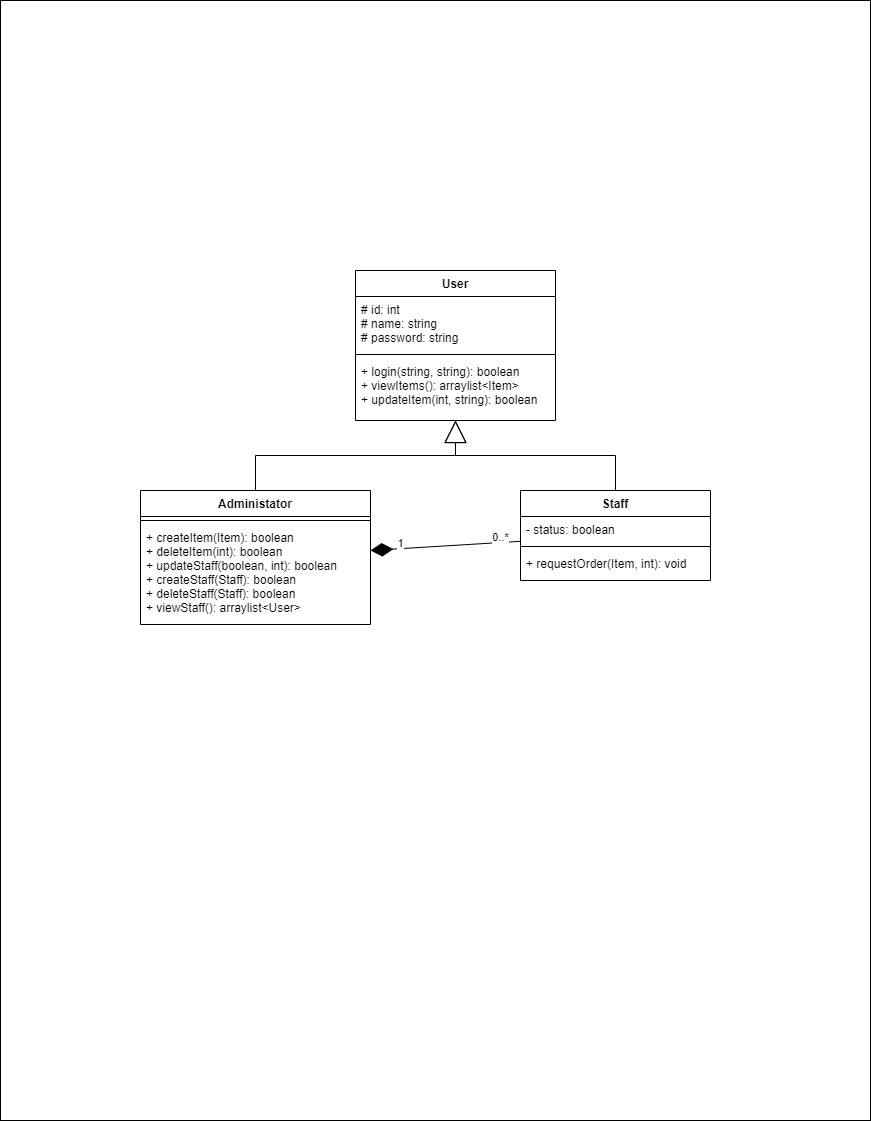
This is Diagrams/class-user.drawio.png from Jemikemi/Inventory-Sys-SENG-302, a draw.io export, as it was before one commit. Source tidied: cells renumbered, new cells last; positions are measured from the earlier drawing's top-left corner, leaving out a move shared by most shapes.
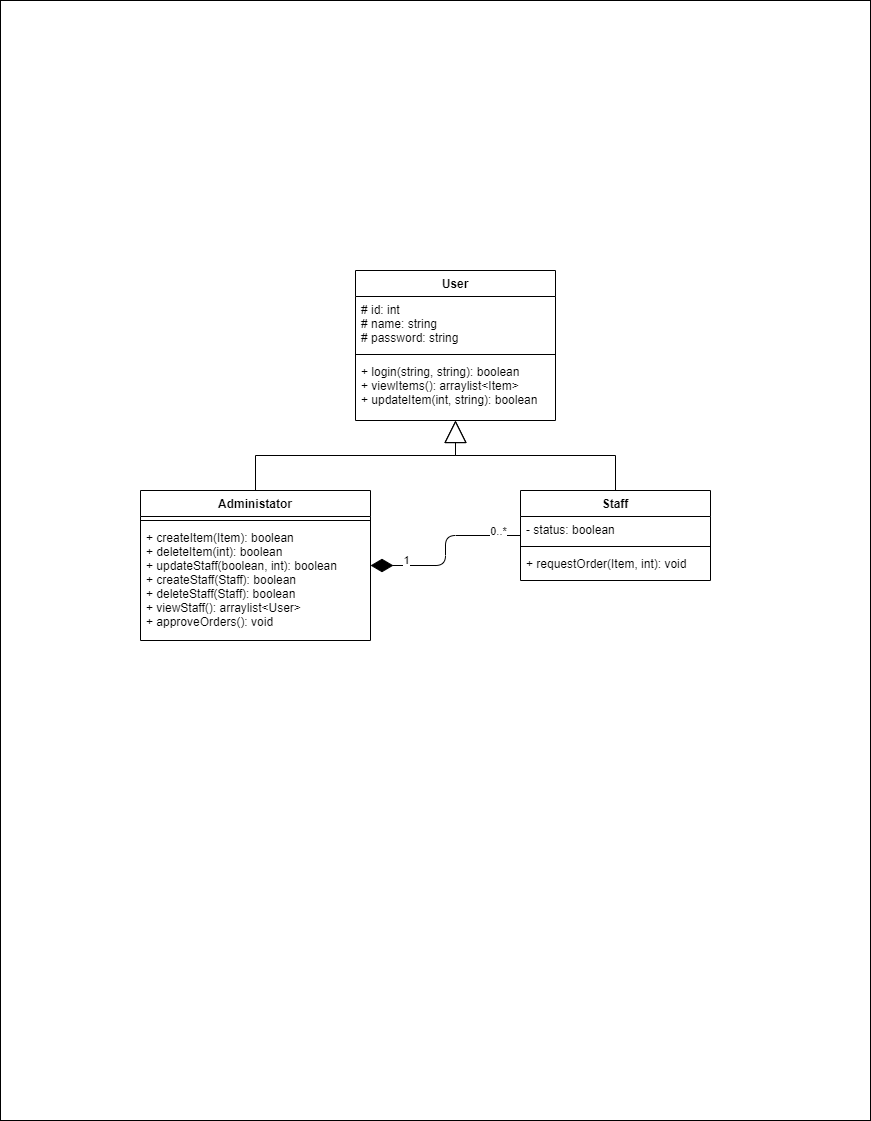
The same file after the commit.

Commit message:
updated admin class

The edit, as a diff of the source:
```diff
@@ -20,7 +20,7 @@
     <mxCell id="7" style="edgeStyle=orthogonalEdgeStyle;html=1;rounded=0;endArrow=block;endFill=0;endSize=20;" parent="1" edge="1" source="11" target="3">
       <mxGeometry relative="1" as="geometry" />
     </mxCell>
-    <mxCell id="8" style="edgeStyle=none;rounded=0;html=1;startArrow=diamondThin;startFill=1;endArrow=none;endFill=0;startSize=20;endSize=20;" parent="1" edge="1" source="11" target="15">
+    <mxCell id="8" style="html=1;startArrow=diamondThin;startFill=1;endArrow=none;endFill=0;startSize=20;endSize=20;edgeStyle=orthogonalEdgeStyle;rounded=1;" parent="1" edge="1" source="11" target="15">
       <mxGeometry relative="1" as="geometry" />
     </mxCell>
     <mxCell id="9" value="1" style="edgeLabel;html=1;align=center;verticalAlign=middle;" parent="8" vertex="1">
@@ -34,13 +34,13 @@
       </mxGeometry>
     </mxCell>
     <mxCell id="11" value="Administator" style="swimlane;fontStyle=1;align=center;verticalAlign=top;horizontal=1;startSize=26;" parent="1" vertex="1">
-      <mxGeometry x="140" y="490" width="230" height="134" as="geometry" />
+      <mxGeometry x="140" y="490" width="230" height="150" as="geometry" />
     </mxCell>
     <mxCell id="12" style="line;strokeWidth=1;fillColor=none;align=left;verticalAlign=middle;spacingTop=-1;spacingLeft=3;spacingRight=3;labelPosition=right;" parent="11" vertex="1">
       <mxGeometry y="26" width="230" height="8" as="geometry" />
     </mxCell>
-    <mxCell id="13" value="+ createItem(Item): boolean&#10;+ deleteItem(int): boolean&#10;+ updateStaff(boolean, int): boolean&#10;+ createStaff(Staff): boolean&#10;+ deleteStaff(Staff): boolean&#10;+ viewStaff(): arraylist&lt;User&gt;" style="text;strokeColor=none;fillColor=none;align=left;verticalAlign=top;spacingLeft=4;spacingRight=4;overflow=hidden;" parent="11" vertex="1">
-      <mxGeometry y="34" width="230" height="100" as="geometry" />
+    <mxCell id="13" value="+ createItem(Item): boolean&#10;+ deleteItem(int): boolean&#10;+ updateStaff(boolean, int): boolean&#10;+ createStaff(Staff): boolean&#10;+ deleteStaff(Staff): boolean&#10;+ viewStaff(): arraylist&lt;User&gt;&#10;+ approveOrders(): void" style="text;strokeColor=none;fillColor=none;align=left;verticalAlign=top;spacingLeft=4;spacingRight=4;overflow=hidden;" parent="11" vertex="1">
+      <mxGeometry y="34" width="230" height="116" as="geometry" />
     </mxCell>
     <mxCell id="14" style="edgeStyle=orthogonalEdgeStyle;rounded=0;html=1;endArrow=block;endFill=0;endSize=20;" parent="1" edge="1" source="15" target="3">
       <mxGeometry relative="1" as="geometry" />
```
